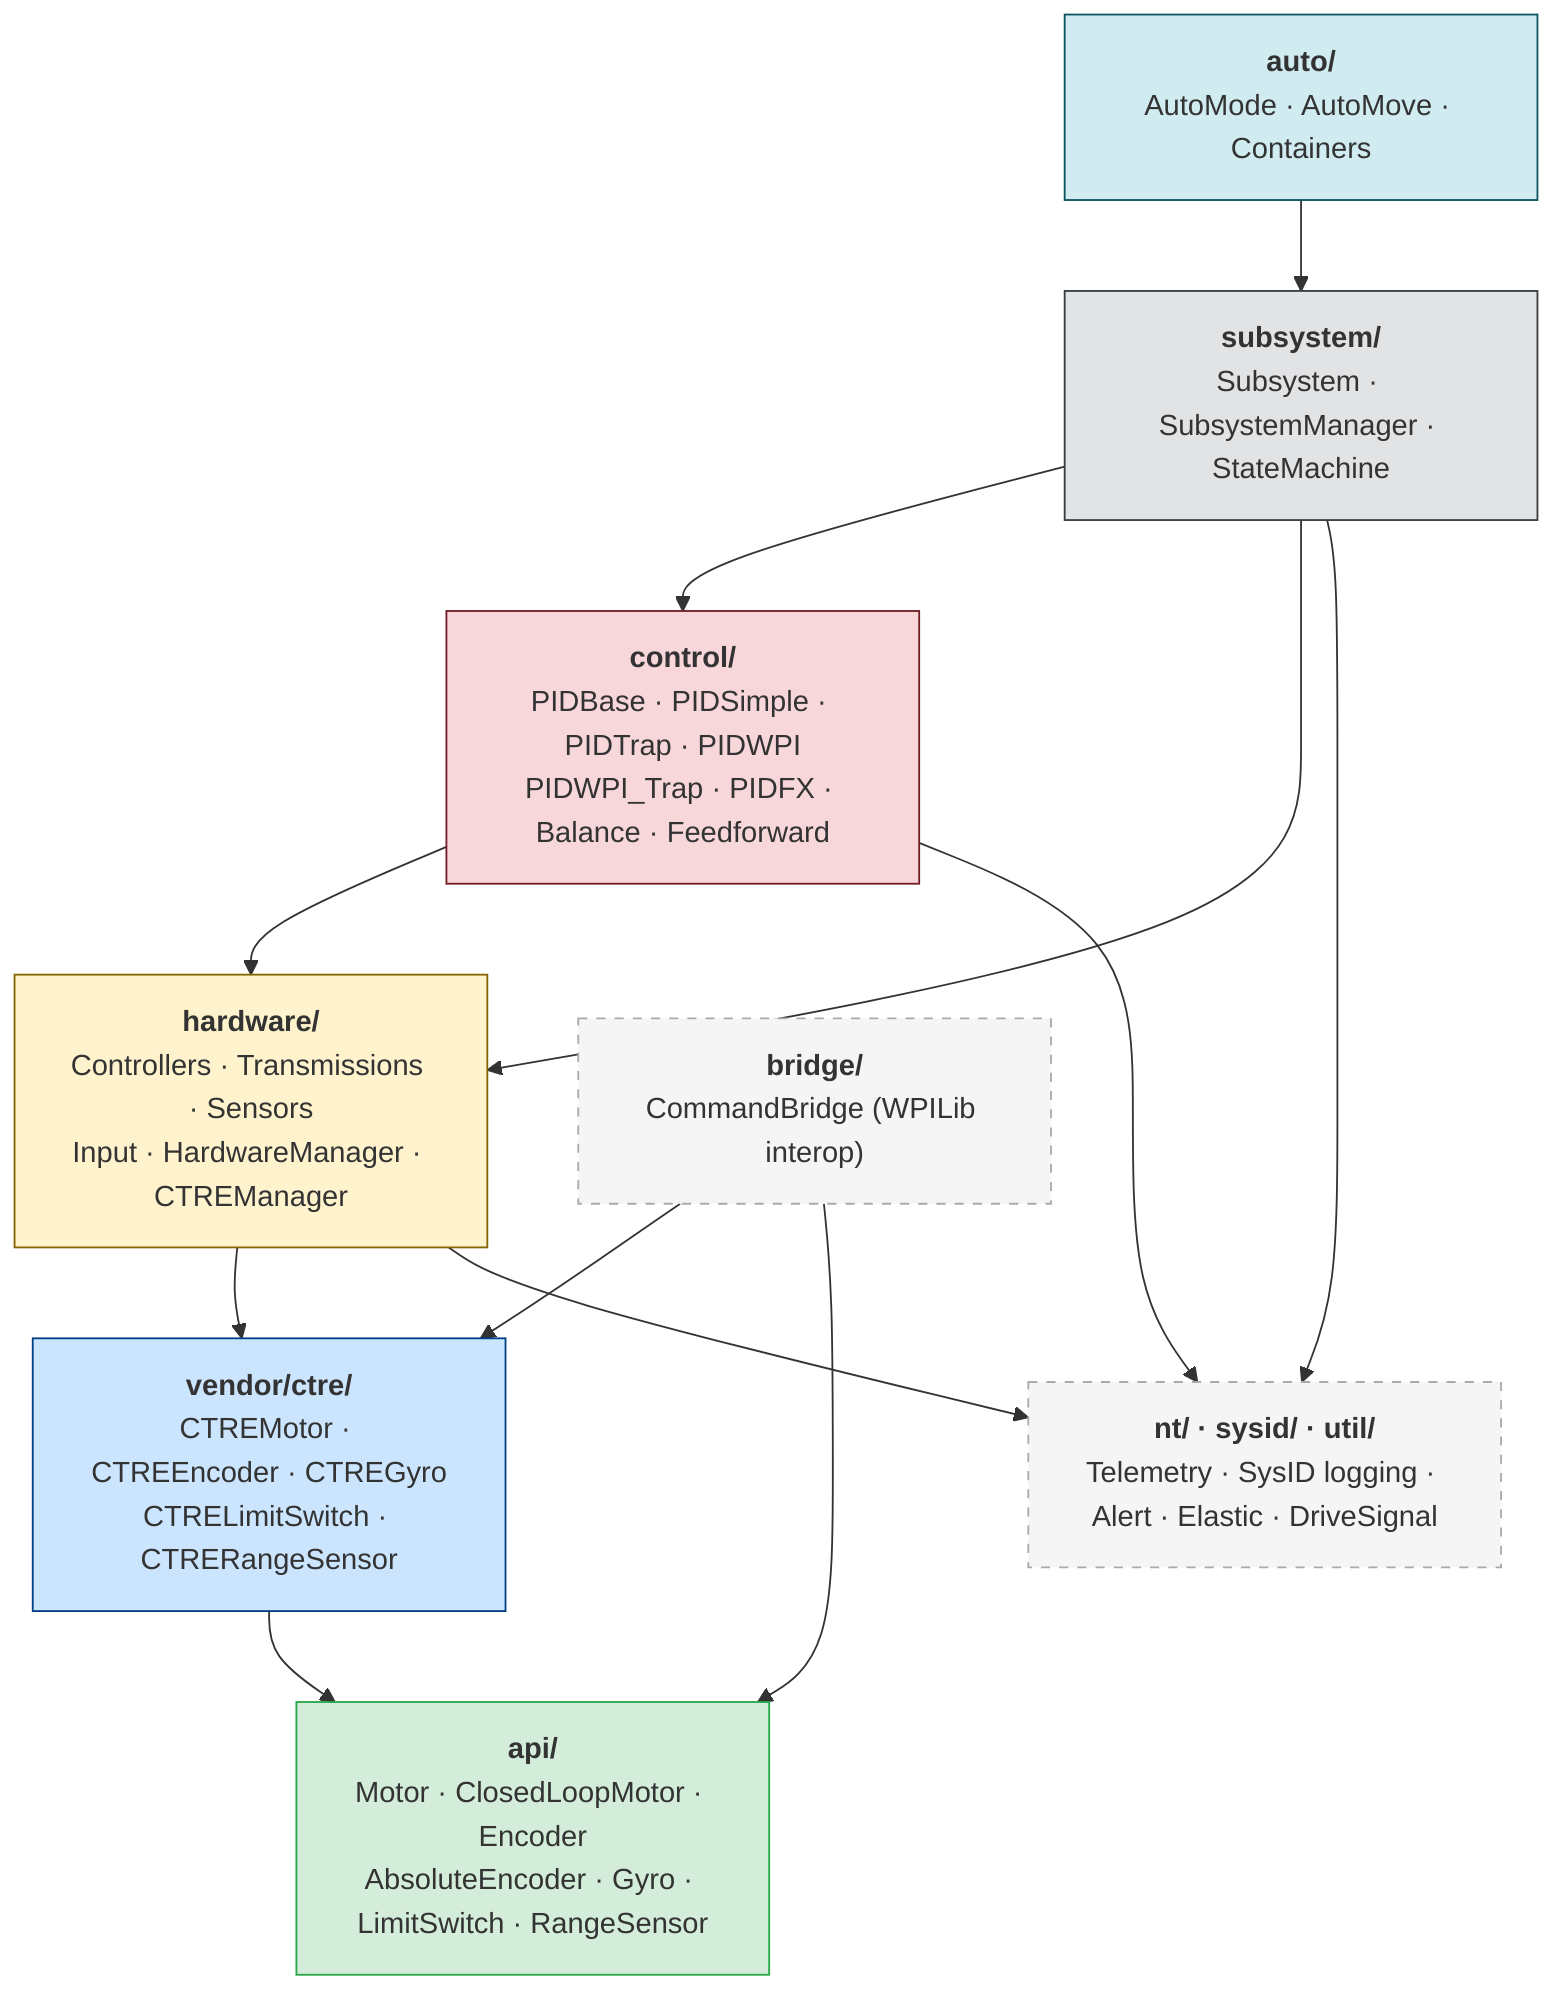
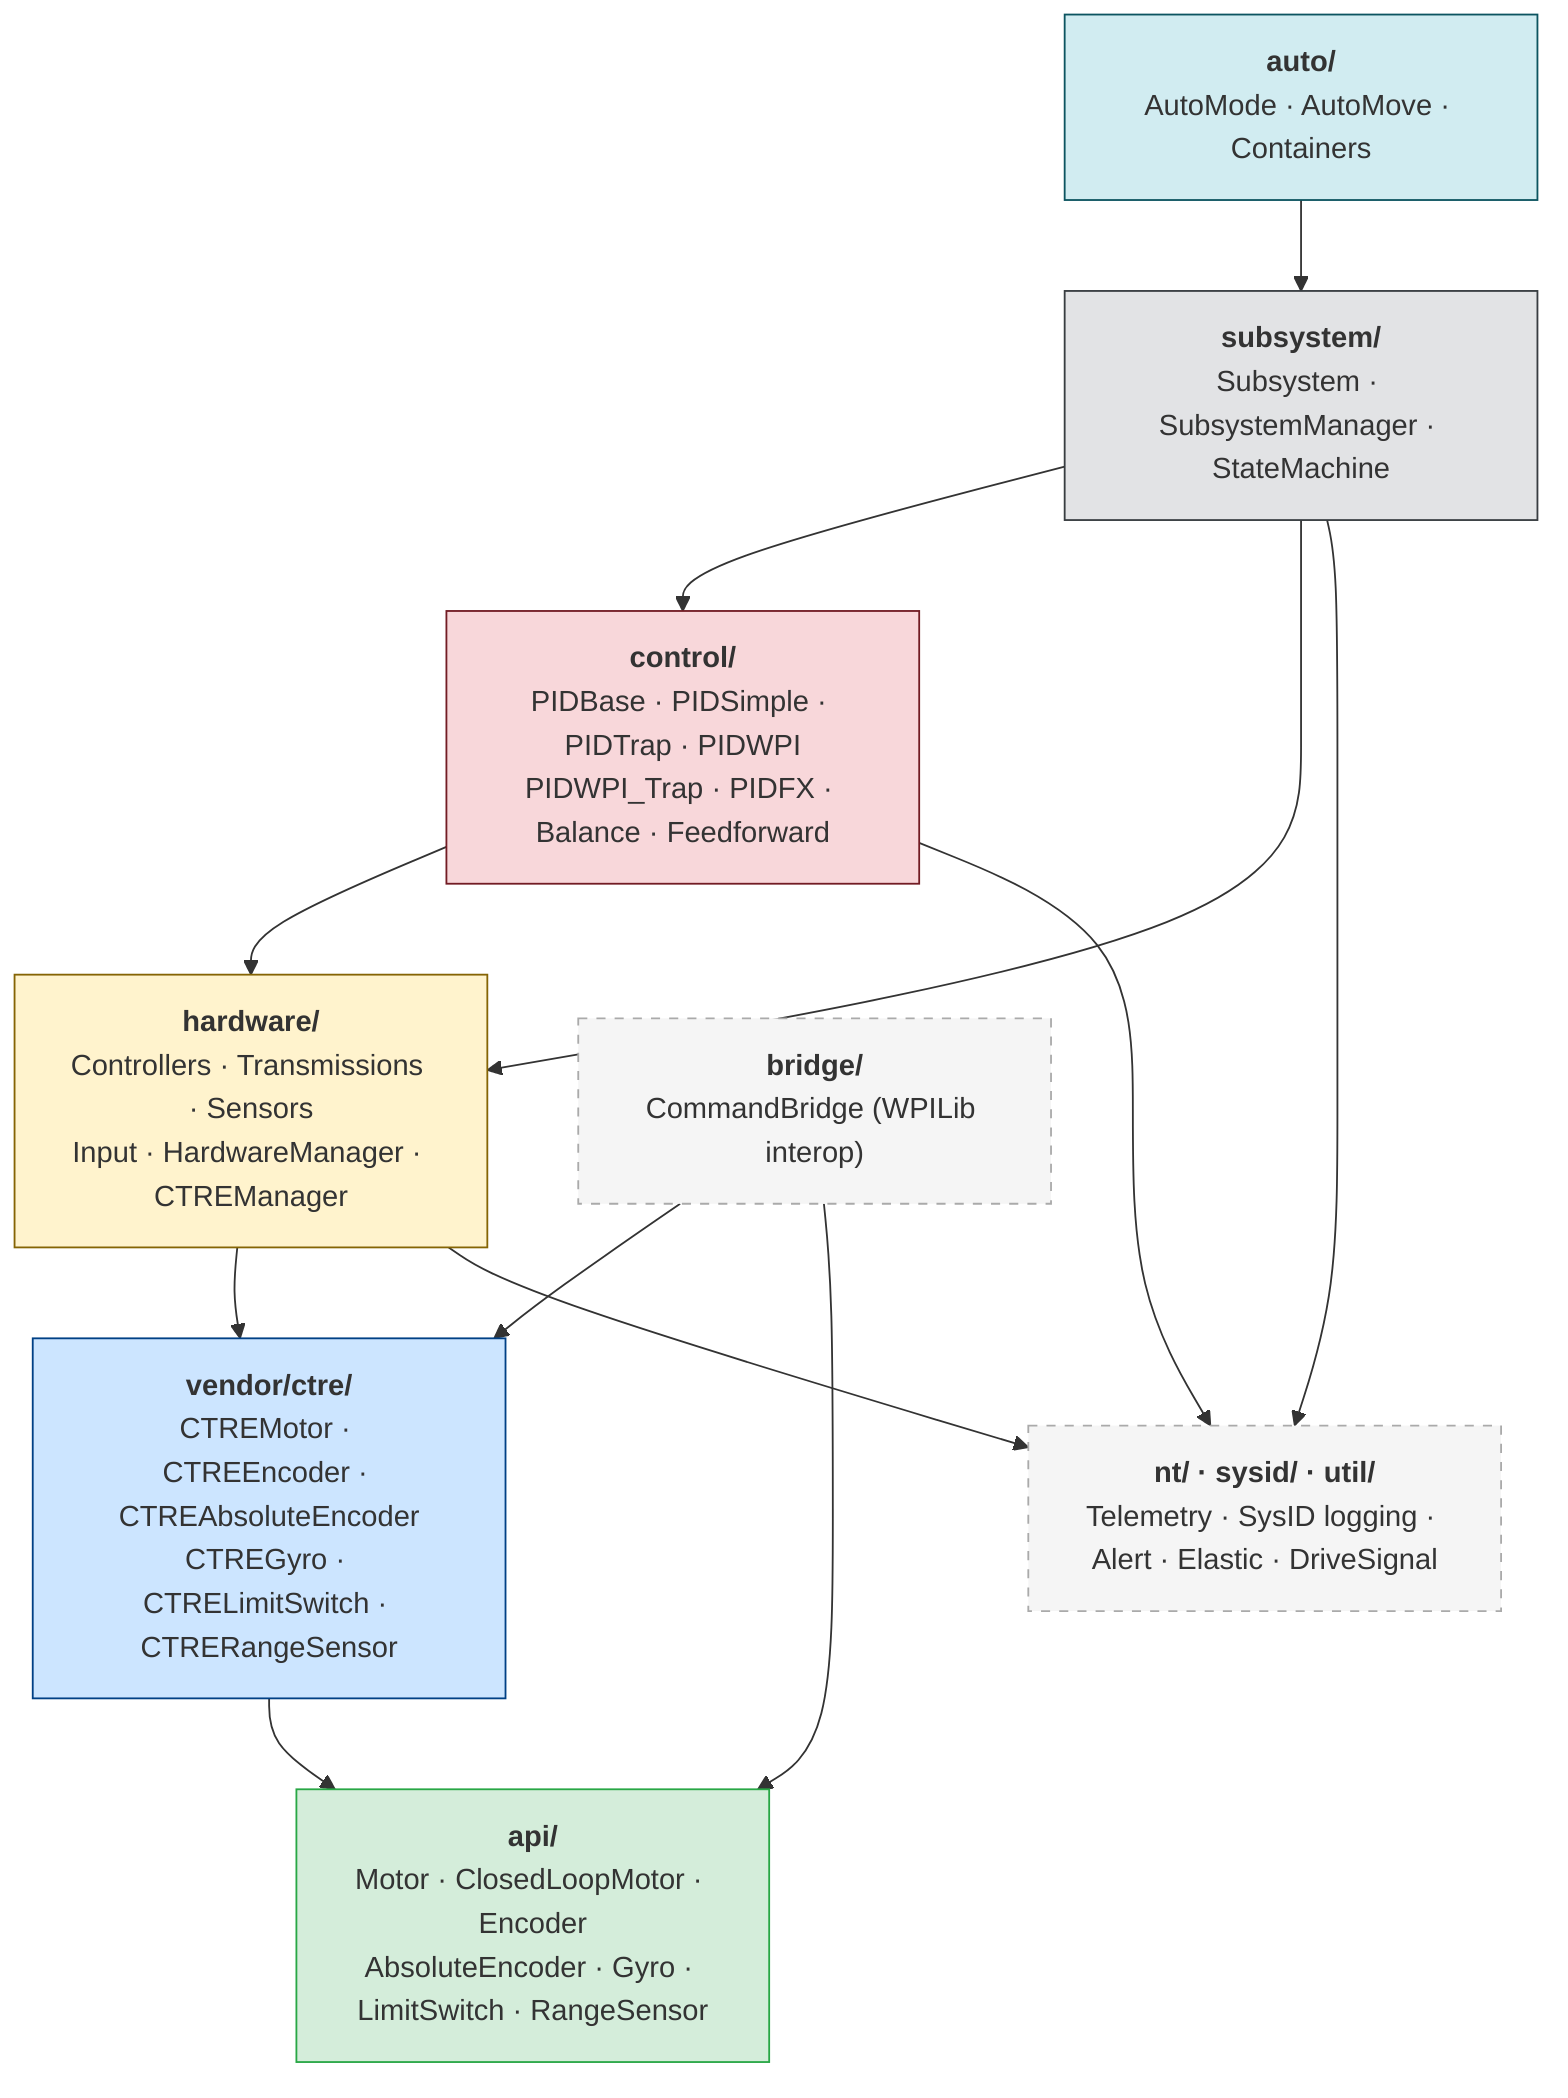
%% Team271-Lib — 6-Layer Architecture Dependency Diagram
%% Each layer may depend only on layers below it.
%% Arrow direction: "depends on"

graph TD
    auto["<b>auto/</b><br/>AutoMode · AutoMove · Containers"]
    subsystem["<b>subsystem/</b><br/>Subsystem · SubsystemManager · StateMachine"]
    control["<b>control/</b><br/>PIDBase · PIDSimple · PIDTrap · PIDWPI<br/>PIDWPI_Trap · PIDFX · Balance · Feedforward"]
    hardware["<b>hardware/</b><br/>Controllers · Transmissions · Sensors<br/>Input · HardwareManager · CTREManager"]
-     vendor_ctre["<b>vendor/ctre/</b><br/>CTREMotor · CTREEncoder · CTREGyro<br/>CTRELimitSwitch · CTRERangeSensor"]
+     vendor_ctre["<b>vendor/ctre/</b><br/>CTREMotor · CTREEncoder · CTREAbsoluteEncoder<br/>CTREGyro · CTRELimitSwitch · CTRERangeSensor"]
    api["<b>api/</b><br/>Motor · ClosedLoopMotor · Encoder<br/>AbsoluteEncoder · Gyro · LimitSwitch · RangeSensor"]
    crosscut["<b>nt/ · sysid/ · util/</b><br/>Telemetry · SysID logging · Alert · Elastic · DriveSignal"]
    bridge["<b>bridge/</b><br/>CommandBridge (WPILib interop)"]

    auto --> subsystem
    subsystem --> control
    subsystem --> hardware
    control --> hardware
    hardware --> vendor_ctre
    vendor_ctre --> api
    bridge --> vendor_ctre
    bridge --> api

    subsystem --> crosscut
    hardware --> crosscut
    control --> crosscut

    style api fill:#d4edda,stroke:#28a745
    style vendor_ctre fill:#cce5ff,stroke:#004085
    style hardware fill:#fff3cd,stroke:#856404
    style control fill:#f8d7da,stroke:#721c24
    style subsystem fill:#e2e3e5,stroke:#383d41
    style auto fill:#d1ecf1,stroke:#0c5460
    style crosscut fill:#f5f5f5,stroke:#aaa,stroke-dasharray: 5 5
    style bridge fill:#f5f5f5,stroke:#aaa,stroke-dasharray: 5 5
